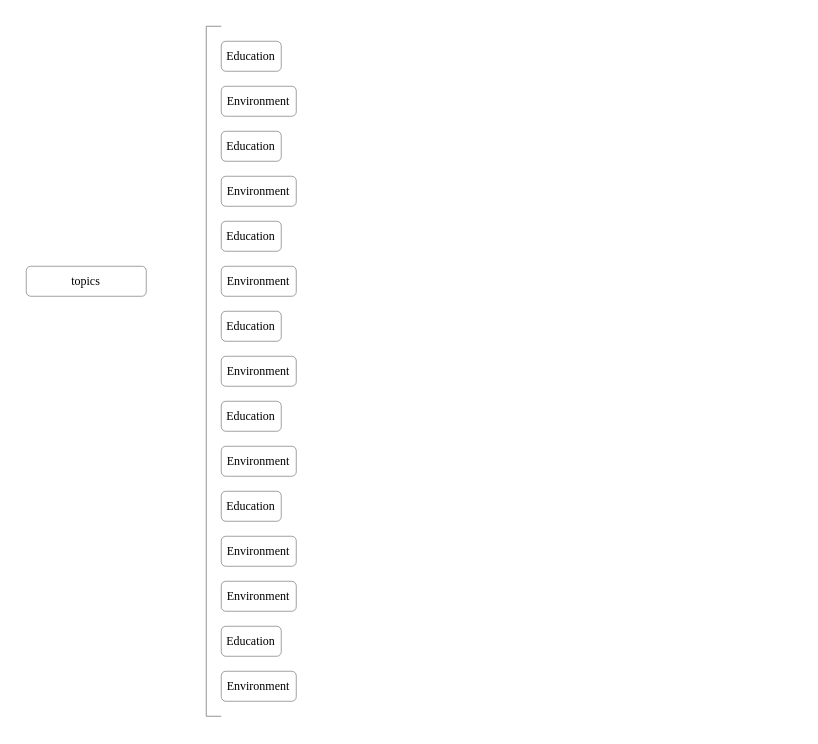
The draw.io diagram page "[writing]" (1 of 3) of [languages]EnglishEssays.drawio in ptt743/draw, before the edit. Source tidied: cells renumbered, new cells numbered last; positions are measured from the earlier drawing's top-left corner, leaving out a move shared by most shapes. Both pictures are drawn from the tidied source at 150%, with x=0, y=0 at pixel (26, 26).
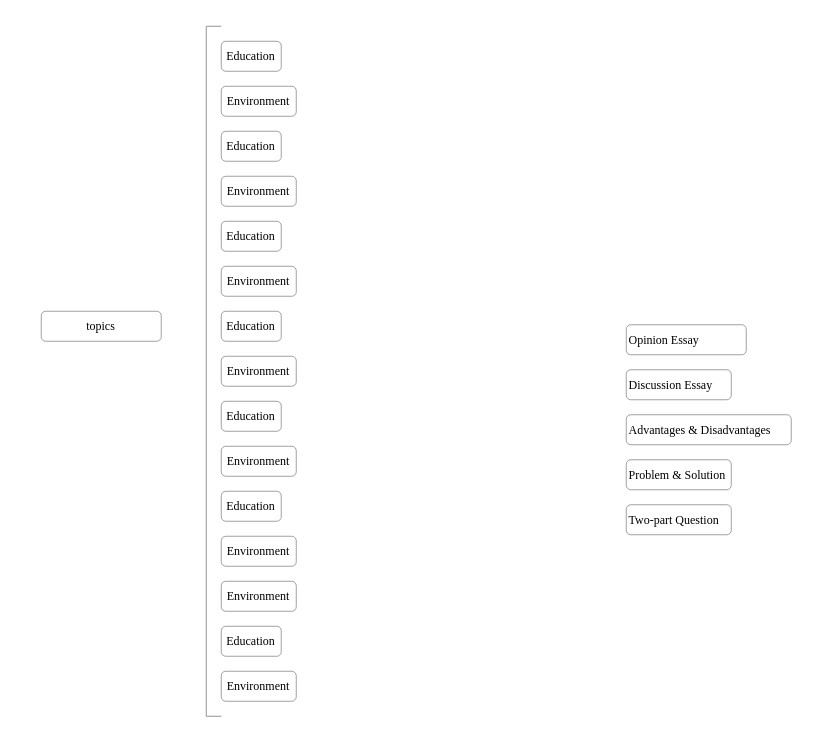
After the change.

Diff of the diagram source:
```diff
@@
     <mxCell id="2" value="topics" style="rounded=1;whiteSpace=wrap;html=1;fontFamily=Times New Roman;strokeColor=#808080;strokeWidth=0.5;fontSize=8;" parent="1" vertex="1">
-      <mxGeometry y="160" width="80" height="20" as="geometry" />
+      <mxGeometry x="10" y="190" width="80" height="20" as="geometry" />
     </mxCell>
@@
+    <mxCell id="19" value="Opinion Essay" style="rounded=1;whiteSpace=wrap;html=1;fontFamily=Times New Roman;strokeColor=#808080;strokeWidth=0.5;fontSize=8;align=left;verticalAlign=middle;" parent="1" vertex="1">
+      <mxGeometry x="400" y="199" width="80" height="20" as="geometry" />
+    </mxCell>
+    <mxCell id="20" value="Discussion Essay" style="rounded=1;whiteSpace=wrap;html=1;fontFamily=Times New Roman;strokeColor=#808080;strokeWidth=0.5;fontSize=8;align=left;verticalAlign=middle;" parent="1" vertex="1">
+      <mxGeometry x="400" y="229" width="70" height="20" as="geometry" />
+    </mxCell>
+    <mxCell id="21" value="Advantages &amp;amp; Disadvantages" style="rounded=1;whiteSpace=wrap;html=1;fontFamily=Times New Roman;strokeColor=#808080;strokeWidth=0.5;fontSize=8;align=left;verticalAlign=middle;" parent="1" vertex="1">
+      <mxGeometry x="400" y="259" width="110" height="20" as="geometry" />
+    </mxCell>
+    <mxCell id="22" value="Problem &amp;amp; Solution" style="rounded=1;whiteSpace=wrap;html=1;fontFamily=Times New Roman;strokeColor=#808080;strokeWidth=0.5;fontSize=8;align=left;verticalAlign=middle;" parent="1" vertex="1">
+      <mxGeometry x="400" y="289" width="70" height="20" as="geometry" />
+    </mxCell>
+    <mxCell id="23" value="Two-part Question" style="rounded=1;whiteSpace=wrap;html=1;fontFamily=Times New Roman;strokeColor=#808080;strokeWidth=0.5;fontSize=8;align=left;verticalAlign=middle;" parent="1" vertex="1">
+      <mxGeometry x="400" y="319" width="70" height="20" as="geometry" />
+    </mxCell>
```
